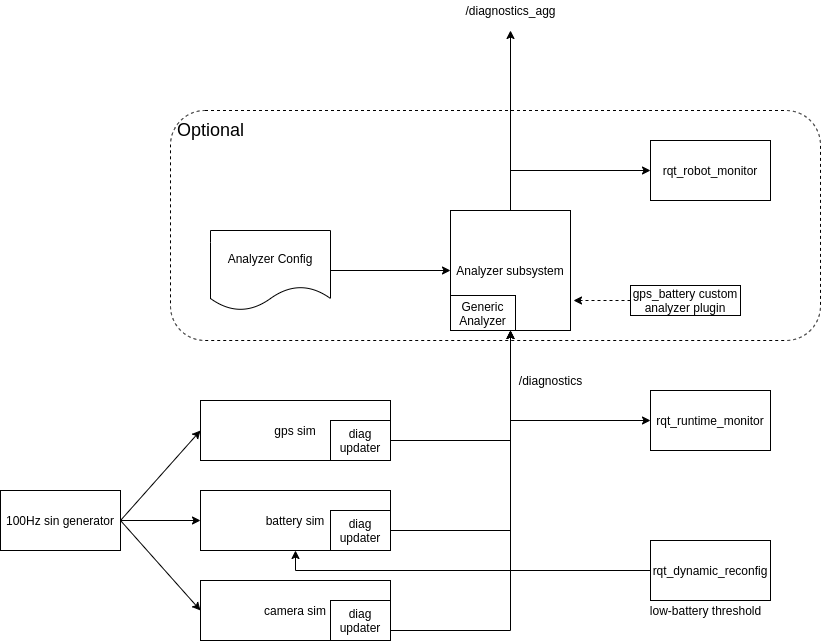
This is Doc/diag_demo.drawio.png from PaulBouchier/diag_demo, a draw.io export, as it was before one commit. Source tidied: cells renumbered, new cells last; positions are measured from the earlier drawing's top-left corner, leaving out a move shared by most shapes. The source it was exported from:
```xml
<mxGraphModel>
  <root>
    <mxCell id="0" />
    <mxCell id="1" parent="0" />
    <mxCell id="2" style="rounded=1;whiteSpace=wrap;html=1;dashed=1;" parent="1" vertex="1">
      <mxGeometry x="170" y="110" width="650" height="230" as="geometry" />
    </mxCell>
    <mxCell id="3" value="camera sim" style="rounded=0;whiteSpace=wrap;html=1;" parent="1" vertex="1">
      <mxGeometry x="200" y="580" width="190" height="60" as="geometry" />
    </mxCell>
    <mxCell id="4" style="edgeStyle=orthogonalEdgeStyle;rounded=0;jettySize=auto;html=1;" parent="1" edge="1" source="5" target="17">
      <mxGeometry relative="1" as="geometry" />
    </mxCell>
    <mxCell id="5" value="100Hz sin generator" style="rounded=0;whiteSpace=wrap;html=1;" parent="1" vertex="1">
      <mxGeometry y="490" width="120" height="60" as="geometry" />
    </mxCell>
    <mxCell id="6" style="rounded=0;jettySize=auto;html=1;exitX=1;exitY=0.5;exitDx=0;exitDy=0;entryX=0;entryY=0.5;entryDx=0;entryDy=0;" parent="1" edge="1" source="5" target="14">
      <mxGeometry relative="1" as="geometry" />
    </mxCell>
    <mxCell id="7" style="edgeStyle=none;rounded=0;jettySize=auto;html=1;exitX=1;exitY=0.5;exitDx=0;exitDy=0;entryX=0;entryY=0.5;entryDx=0;entryDy=0;" parent="1" edge="1" source="5" target="3">
      <mxGeometry relative="1" as="geometry" />
    </mxCell>
    <mxCell id="8" style="edgeStyle=orthogonalEdgeStyle;rounded=0;jettySize=auto;html=1;exitX=1;exitY=0.75;exitDx=0;exitDy=0;entryX=0.5;entryY=1;entryDx=0;entryDy=0;" parent="1" edge="1" source="20" target="11">
      <mxGeometry relative="1" as="geometry" />
    </mxCell>
    <mxCell id="9" style="edgeStyle=orthogonalEdgeStyle;rounded=0;jettySize=auto;html=1;exitX=1;exitY=0.5;exitDx=0;exitDy=0;entryX=0.5;entryY=1;entryDx=0;entryDy=0;" parent="1" edge="1" source="18" target="11">
      <mxGeometry relative="1" as="geometry" />
    </mxCell>
    <mxCell id="10" style="edgeStyle=orthogonalEdgeStyle;rounded=0;jettySize=auto;html=1;exitX=1;exitY=0.5;exitDx=0;exitDy=0;entryX=0.5;entryY=1;entryDx=0;entryDy=0;" parent="1" edge="1" source="15" target="11">
      <mxGeometry relative="1" as="geometry" />
    </mxCell>
    <mxCell id="11" value="Analyzer subsystem" style="rounded=0;whiteSpace=wrap;html=1;" parent="1" vertex="1">
      <mxGeometry x="450" y="210" width="120" height="120" as="geometry" />
    </mxCell>
    <mxCell id="12" value="/diagnostics" style="text;html=1;align=center;verticalAlign=middle;strokeColor=none;fillColor=none;" parent="1" vertex="1">
      <mxGeometry x="510" y="370" width="80" height="20" as="geometry" />
    </mxCell>
    <mxCell id="13" style="group;" parent="1" vertex="1">
      <mxGeometry x="200" y="400" width="190" height="60" as="geometry" />
    </mxCell>
    <mxCell id="14" value="gps sim" style="rounded=0;whiteSpace=wrap;html=1;" parent="13" vertex="1">
      <mxGeometry width="190" height="60" as="geometry" />
    </mxCell>
    <mxCell id="15" value="diag&lt;br&gt;updater" style="rounded=0;whiteSpace=wrap;html=1;" parent="13" vertex="1">
      <mxGeometry x="130" y="20" width="60" height="40" as="geometry" />
    </mxCell>
    <mxCell id="16" style="group;" parent="1" vertex="1">
      <mxGeometry x="200" y="490" width="190" height="60" as="geometry" />
    </mxCell>
    <mxCell id="17" value="battery sim" style="rounded=0;whiteSpace=wrap;html=1;" parent="16" vertex="1">
      <mxGeometry width="190" height="60" as="geometry" />
    </mxCell>
    <mxCell id="18" value="diag&lt;br&gt;updater" style="rounded=0;whiteSpace=wrap;html=1;" parent="16" vertex="1">
      <mxGeometry x="130" y="20" width="60" height="40" as="geometry" />
    </mxCell>
    <mxCell id="19" style="group;" parent="1" vertex="1">
      <mxGeometry x="200" y="580" width="190" height="60" as="geometry" />
    </mxCell>
    <mxCell id="20" value="diag&lt;br&gt;updater" style="rounded=0;whiteSpace=wrap;html=1;" parent="19" vertex="1">
      <mxGeometry x="130" y="20" width="60" height="40" as="geometry" />
    </mxCell>
    <mxCell id="21" value="rqt_runtime_monitor" style="rounded=0;whiteSpace=wrap;html=1;" parent="1" vertex="1">
      <mxGeometry x="650" y="390" width="120" height="60" as="geometry" />
    </mxCell>
    <mxCell id="22" style="edgeStyle=orthogonalEdgeStyle;rounded=0;jettySize=auto;html=1;exitX=1;exitY=0.5;exitDx=0;exitDy=0;entryX=0;entryY=0.5;entryDx=0;entryDy=0;" parent="1" edge="1" source="15" target="21">
      <mxGeometry relative="1" as="geometry">
        <Array as="points">
          <mxPoint x="510" y="440" />
          <mxPoint x="510" y="420" />
        </Array>
      </mxGeometry>
    </mxCell>
    <mxCell id="23" style="edgeStyle=orthogonalEdgeStyle;rounded=0;jettySize=auto;html=1;exitX=0.5;exitY=0;exitDx=0;exitDy=0;" parent="1" edge="1" source="11">
      <mxGeometry relative="1" as="geometry">
        <mxPoint x="510" y="30" as="targetPoint" />
        <Array as="points">
          <mxPoint x="510" y="30" />
        </Array>
      </mxGeometry>
    </mxCell>
    <mxCell id="24" style="edgeStyle=orthogonalEdgeStyle;rounded=0;jettySize=auto;html=1;exitX=0.5;exitY=0;exitDx=0;exitDy=0;entryX=0;entryY=0.5;entryDx=0;entryDy=0;" parent="1" edge="1" source="11" target="25">
      <mxGeometry relative="1" as="geometry" />
    </mxCell>
    <mxCell id="25" value="rqt_robot_monitor" style="rounded=0;whiteSpace=wrap;html=1;" parent="1" vertex="1">
      <mxGeometry x="650" y="140" width="120" height="60" as="geometry" />
    </mxCell>
    <mxCell id="26" value="/diagnostics_agg" style="text;html=1;align=center;verticalAlign=middle;strokeColor=none;fillColor=none;" parent="1" vertex="1">
      <mxGeometry x="455" width="110" height="20" as="geometry" />
    </mxCell>
    <mxCell id="27" style="edgeStyle=orthogonalEdgeStyle;rounded=0;jettySize=auto;html=1;entryX=0;entryY=0.5;entryDx=0;entryDy=0;" parent="1" edge="1" source="28" target="11">
      <mxGeometry relative="1" as="geometry" />
    </mxCell>
    <mxCell id="28" value="Analyzer Config" style="shape=document;whiteSpace=wrap;html=1;boundedLbl=1;" parent="1" vertex="1">
      <mxGeometry x="210" y="230" width="120" height="80" as="geometry" />
    </mxCell>
    <mxCell id="29" style="edgeStyle=orthogonalEdgeStyle;rounded=0;jettySize=auto;html=1;exitX=0;exitY=0.5;exitDx=0;exitDy=0;entryX=0.5;entryY=1;entryDx=0;entryDy=0;" parent="1" edge="1" source="30" target="17">
      <mxGeometry relative="1" as="geometry" />
    </mxCell>
    <mxCell id="30" value="rqt_dynamic_reconfig" style="rounded=0;whiteSpace=wrap;html=1;" parent="1" vertex="1">
      <mxGeometry x="650" y="540" width="120" height="60" as="geometry" />
    </mxCell>
    <mxCell id="31" value="low-battery threshold" style="text;html=1;align=center;verticalAlign=middle;strokeColor=none;fillColor=none;" parent="1" vertex="1">
      <mxGeometry x="640" y="600" width="130" height="20" as="geometry" />
    </mxCell>
    <mxCell id="32" value="Generic&lt;br&gt;Analyzer" style="rounded=0;whiteSpace=wrap;html=1;" parent="1" vertex="1">
      <mxGeometry x="450" y="295" width="65" height="35" as="geometry" />
    </mxCell>
    <mxCell id="33" style="edgeStyle=orthogonalEdgeStyle;rounded=0;jettySize=auto;html=1;dashed=1;" parent="1" edge="1" source="34">
      <mxGeometry relative="1" as="geometry">
        <mxPoint x="573" y="300" as="targetPoint" />
      </mxGeometry>
    </mxCell>
    <mxCell id="34" value="gps_battery&amp;nbsp;custom&lt;br&gt;analyzer plugin" style="rounded=0;whiteSpace=wrap;html=1;" parent="1" vertex="1">
      <mxGeometry x="630" y="285" width="110" height="30" as="geometry" />
    </mxCell>
    <mxCell id="35" value="Optional" style="text;html=1;align=center;verticalAlign=middle;strokeColor=none;fillColor=none;fontSize=18;" parent="1" vertex="1">
      <mxGeometry x="170" y="115" width="80" height="30" as="geometry" />
    </mxCell>
  </root>
</mxGraphModel>
```
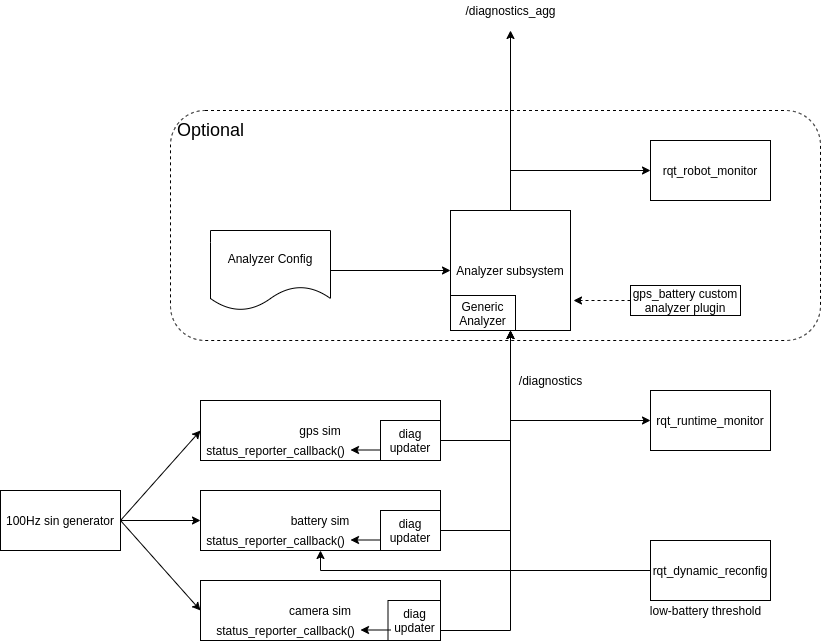
Above is the later version.

The edit, as a diff of the source:
```diff
@@ -6,7 +6,7 @@
       <mxGeometry x="170" y="110" width="650" height="230" as="geometry" />
     </mxCell>
     <mxCell id="3" value="camera sim" style="rounded=0;whiteSpace=wrap;html=1;" parent="1" vertex="1">
-      <mxGeometry x="200" y="580" width="190" height="60" as="geometry" />
+      <mxGeometry x="200" y="580" width="240" height="60" as="geometry" />
     </mxCell>
     <mxCell id="4" style="edgeStyle=orthogonalEdgeStyle;rounded=0;jettySize=auto;html=1;" parent="1" edge="1" source="5" target="17">
       <mxGeometry relative="1" as="geometry" />
@@ -36,29 +36,47 @@
       <mxGeometry x="510" y="370" width="80" height="20" as="geometry" />
     </mxCell>
     <mxCell id="13" style="group;" parent="1" vertex="1">
-      <mxGeometry x="200" y="400" width="190" height="60" as="geometry" />
+      <mxGeometry x="200" y="400" width="240" height="60" as="geometry" />
     </mxCell>
     <mxCell id="14" value="gps sim" style="rounded=0;whiteSpace=wrap;html=1;" parent="13" vertex="1">
-      <mxGeometry width="190" height="60" as="geometry" />
+      <mxGeometry width="240" height="60" as="geometry" />
     </mxCell>
     <mxCell id="15" value="diag&lt;br&gt;updater" style="rounded=0;whiteSpace=wrap;html=1;" parent="13" vertex="1">
-      <mxGeometry x="130" y="20" width="60" height="40" as="geometry" />
+      <mxGeometry x="180" y="20" width="60" height="40" as="geometry" />
     </mxCell>
+    <mxCell id="36" style="group;" parent="13" vertex="1">
+      <mxGeometry y="40" width="180" height="20" as="geometry" />
+    </mxCell>
+    <mxCell id="37" value="status_reporter_callback()" style="text;html=1;align=center;verticalAlign=middle;strokeColor=none;fillColor=none;" parent="36" vertex="1">
+      <mxGeometry width="150" height="20" as="geometry" />
+    </mxCell>
+    <mxCell id="38" style="endArrow=classic;html=1;rounded=0;" parent="36" edge="1">
+      <mxGeometry relative="1" as="geometry">
+        <mxPoint x="180" y="9.5" as="sourcePoint" />
+        <mxPoint x="150" y="9.5" as="targetPoint" />
+      </mxGeometry>
+    </mxCell>
     <mxCell id="16" style="group;" parent="1" vertex="1">
-      <mxGeometry x="200" y="490" width="190" height="60" as="geometry" />
+      <mxGeometry x="200" y="490" width="240" height="60" as="geometry" />
     </mxCell>
     <mxCell id="17" value="battery sim" style="rounded=0;whiteSpace=wrap;html=1;" parent="16" vertex="1">
-      <mxGeometry width="190" height="60" as="geometry" />
+      <mxGeometry width="240" height="60" as="geometry" />
     </mxCell>
     <mxCell id="18" value="diag&lt;br&gt;updater" style="rounded=0;whiteSpace=wrap;html=1;" parent="16" vertex="1">
-      <mxGeometry x="130" y="20" width="60" height="40" as="geometry" />
+      <mxGeometry x="180" y="20" width="60" height="40" as="geometry" />
     </mxCell>
-    <mxCell id="19" style="group;" parent="1" vertex="1">
-      <mxGeometry x="200" y="580" width="190" height="60" as="geometry" />
-    </mxCell>
-    <mxCell id="20" value="diag&lt;br&gt;updater" style="rounded=0;whiteSpace=wrap;html=1;" parent="19" vertex="1">
-      <mxGeometry x="130" y="20" width="60" height="40" as="geometry" />
-    </mxCell>
+    <mxCell id="39" style="group;" parent="16" vertex="1">
+      <mxGeometry y="40" width="180" height="20" as="geometry" />
+    </mxCell>
+    <mxCell id="40" value="status_reporter_callback()" style="text;html=1;align=center;verticalAlign=middle;strokeColor=none;fillColor=none;" parent="39" vertex="1">
+      <mxGeometry width="150" height="20" as="geometry" />
+    </mxCell>
+    <mxCell id="41" style="endArrow=classic;html=1;rounded=0;" parent="39" edge="1">
+      <mxGeometry relative="1" as="geometry">
+        <mxPoint x="180" y="9.5" as="sourcePoint" />
+        <mxPoint x="150" y="9.5" as="targetPoint" />
+      </mxGeometry>
+    </mxCell>
     <mxCell id="21" value="rqt_runtime_monitor" style="rounded=0;whiteSpace=wrap;html=1;" parent="1" vertex="1">
       <mxGeometry x="650" y="390" width="120" height="60" as="geometry" />
     </mxCell>
@@ -116,5 +134,20 @@
     <mxCell id="35" value="Optional" style="text;html=1;align=center;verticalAlign=middle;strokeColor=none;fillColor=none;fontSize=18;" parent="1" vertex="1">
       <mxGeometry x="170" y="115" width="80" height="30" as="geometry" />
     </mxCell>
+    <mxCell id="20" value="diag&lt;br&gt;updater" style="rounded=0;whiteSpace=wrap;html=1;" parent="1" vertex="1">
+      <mxGeometry x="387.5" y="600" width="52.5" height="40" as="geometry" />
+    </mxCell>
+    <mxCell id="42" style="group;" parent="1" vertex="1">
+      <mxGeometry x="210" y="620" width="180" height="20" as="geometry" />
+    </mxCell>
+    <mxCell id="43" value="status_reporter_callback()" style="text;html=1;align=center;verticalAlign=middle;strokeColor=none;fillColor=none;" parent="42" vertex="1">
+      <mxGeometry width="150" height="20" as="geometry" />
+    </mxCell>
+    <mxCell id="44" style="endArrow=classic;html=1;rounded=0;" parent="42" edge="1">
+      <mxGeometry relative="1" as="geometry">
+        <mxPoint x="180" y="9.5" as="sourcePoint" />
+        <mxPoint x="150" y="9.5" as="targetPoint" />
+      </mxGeometry>
+    </mxCell>
   </root>
 </mxGraphModel>
```
